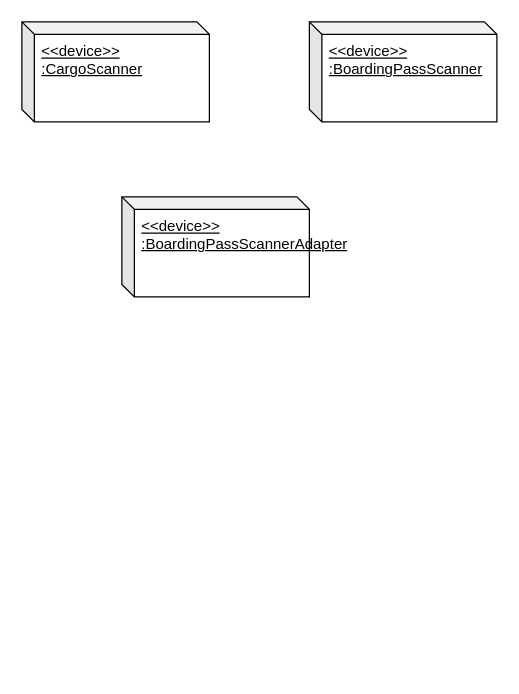
oskarbreindahl/Softwarebyggehygge keeps this draw.io diagram as Diagrams/deployment[allocation].drawio. Above is the earlier version. Source tidied: cells renumbered, new cells numbered last; positions are measured from the earlier drawing's top-left corner, leaving out a move shared by most shapes. Both pictures are drawn from the tidied source at 125%, with x=0, y=0 at pixel (21, 21).
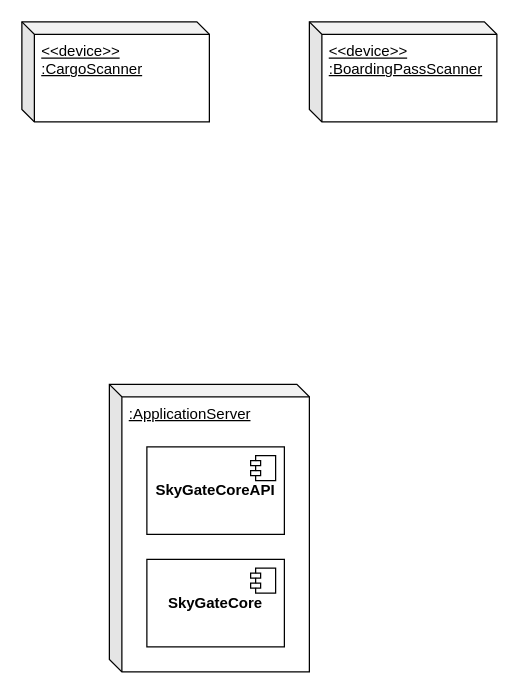
Above is the later version.

What changed in the source:
```diff
@@
 <mxGraphModel>
   <root>
     <mxCell id="0" />
     <mxCell id="1" parent="0" />
     <mxCell id="2" value="&amp;lt;&amp;lt;device&amp;gt;&amp;gt;&lt;br&gt;:CargoScanner" style="shape=cube;whiteSpace=wrap;html=1;boundedLbl=1;backgroundOutline=1;darkOpacity=0.05;darkOpacity2=0.1;size=10;align=left;fontStyle=4;verticalAlign=top;spacingLeft=4;" parent="1" vertex="1">
       <mxGeometry width="150" height="80" as="geometry" />
     </mxCell>
     <mxCell id="3" value="&amp;lt;&amp;lt;device&amp;gt;&amp;gt;&lt;br&gt;:BoardingPassScanner" style="shape=cube;whiteSpace=wrap;html=1;boundedLbl=1;backgroundOutline=1;darkOpacity=0.05;darkOpacity2=0.1;size=10;align=left;fontStyle=4;verticalAlign=top;spacingLeft=4;" parent="1" vertex="1">
       <mxGeometry x="230" width="150" height="80" as="geometry" />
     </mxCell>
-    <mxCell id="4" value="&amp;lt;&amp;lt;device&amp;gt;&amp;gt;&lt;br&gt;:BoardingPassScannerAdapter" style="shape=cube;whiteSpace=wrap;html=1;boundedLbl=1;backgroundOutline=1;darkOpacity=0.05;darkOpacity2=0.1;size=10;align=left;fontStyle=4;verticalAlign=top;spacingLeft=4;" parent="1" vertex="1">
-      <mxGeometry x="80" y="140" width="150" height="80" as="geometry" />
-    </mxCell>
+    <mxCell id="5" value=":ApplicationServer" style="shape=cube;whiteSpace=wrap;html=1;boundedLbl=1;backgroundOutline=1;darkOpacity=0.05;darkOpacity2=0.1;size=10;align=left;fontStyle=4;verticalAlign=top;spacingLeft=4;" parent="1" vertex="1">
+      <mxGeometry x="70" y="290" width="160" height="230" as="geometry" />
+    </mxCell>
+    <mxCell id="6" value="&lt;b&gt;SkyGateCoreAPI&lt;/b&gt;" style="html=1;whiteSpace=wrap;" parent="1" vertex="1">
+      <mxGeometry x="100" y="340" width="110" height="70" as="geometry" />
+    </mxCell>
+    <mxCell id="7" style="shape=module;jettyWidth=8;jettyHeight=4;" parent="6" vertex="1">
+      <mxGeometry x="1" width="20" height="20" relative="1" as="geometry">
+        <mxPoint x="-27" y="7" as="offset" />
+      </mxGeometry>
+    </mxCell>
+    <mxCell id="8" value="&lt;b&gt;SkyGateCore&lt;/b&gt;" style="html=1;whiteSpace=wrap;" parent="1" vertex="1">
+      <mxGeometry x="100" y="430" width="110" height="70" as="geometry" />
+    </mxCell>
+    <mxCell id="9" style="shape=module;jettyWidth=8;jettyHeight=4;" parent="8" vertex="1">
+      <mxGeometry x="1" width="20" height="20" relative="1" as="geometry">
+        <mxPoint x="-27" y="7" as="offset" />
+      </mxGeometry>
+    </mxCell>
   </root>
 </mxGraphModel>
```
